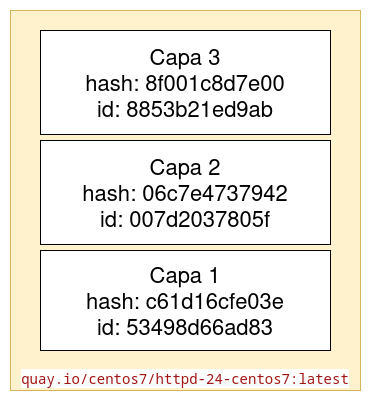
Before: contenido/modulo3/img/images2.png, a diagram exported from draw.io (josedom24/curso_podman_ow). Source tidied: cells renumbered, new cells last; positions are measured from the earlier drawing's top-left corner, leaving out a move shared by most shapes.
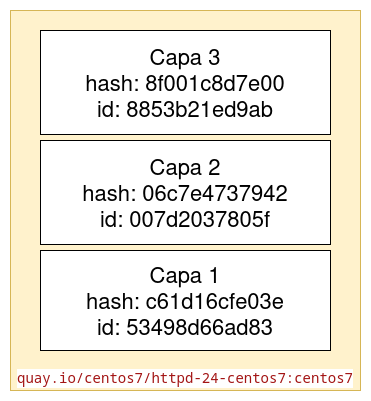
The same file after the commit.

The edit, as a diff of the source:
```diff
@@ -2,7 +2,7 @@
   <root>
     <mxCell id="0" />
     <mxCell id="1" parent="0" />
-    <mxCell id="2" value="&lt;div style=&quot;color: #000000;background-color: #ffffff;font-family: 'Droid Sans Mono', 'monospace', monospace;font-weight: normal;font-size: 14px;line-height: 19px;white-space: pre;&quot;&gt;&lt;div&gt;&lt;span style=&quot;color: #a31515;&quot;&gt;quay.io/centos7/httpd-24-centos7:latest&lt;/span&gt;&lt;/div&gt;&lt;/div&gt;" style="rounded=0;whiteSpace=wrap;html=1;fillColor=#fff2cc;strokeColor=#d6b656;verticalAlign=bottom;" parent="1" vertex="1">
+    <mxCell id="2" value="&lt;div style=&quot;color: #000000;background-color: #ffffff;font-family: 'Droid Sans Mono', 'monospace', monospace;font-weight: normal;font-size: 14px;line-height: 19px;white-space: pre;&quot;&gt;&lt;div&gt;&lt;span style=&quot;color: #a31515;&quot;&gt;quay.io/centos7/httpd-24-centos7:centos7&lt;/span&gt;&lt;/div&gt;&lt;/div&gt;" style="rounded=0;whiteSpace=wrap;html=1;fillColor=#fff2cc;strokeColor=#d6b656;verticalAlign=bottom;" parent="1" vertex="1">
       <mxGeometry width="350" height="380" as="geometry" />
     </mxCell>
     <mxCell id="3" value="&lt;div style=&quot;font-size: 22px;&quot;&gt;Capa 1&lt;/div&gt;&lt;div style=&quot;font-size: 22px;&quot;&gt;hash: c61d16cfe03e&lt;/div&gt;&lt;div&gt;id: 53498d66ad83&lt;/div&gt;" style="rounded=0;whiteSpace=wrap;html=1;align=center;fontSize=22;" parent="1" vertex="1">
```
